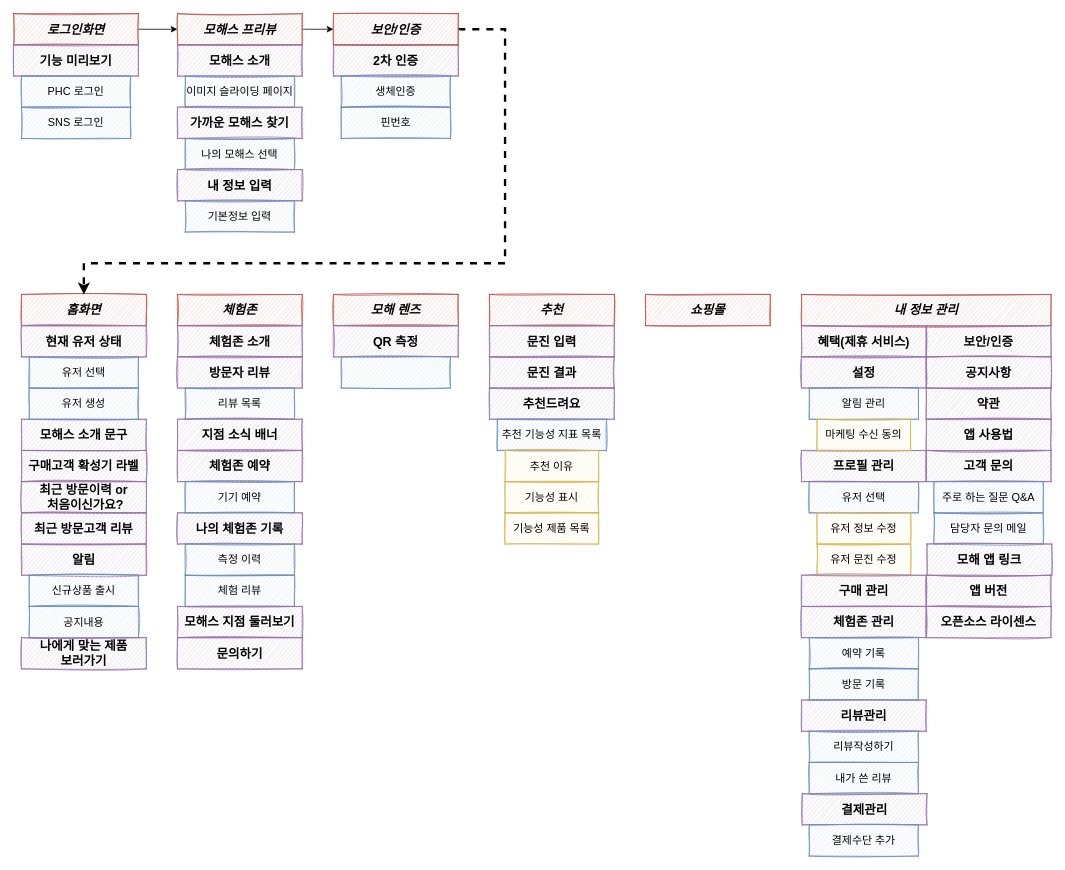
Before: page "V1 메뉴구조도 (전체)" (2 of 6) of 제목 없는 다이어그램.drawio in wonju5332/TIL, a draw.io diagram. Source tidied: cells renumbered, new cells numbered last; positions are measured from the earlier drawing's top-left corner, leaving out a move shared by most shapes. Both pictures are drawn from the tidied source at 78%, with x=0, y=0 at pixel (13, 13).
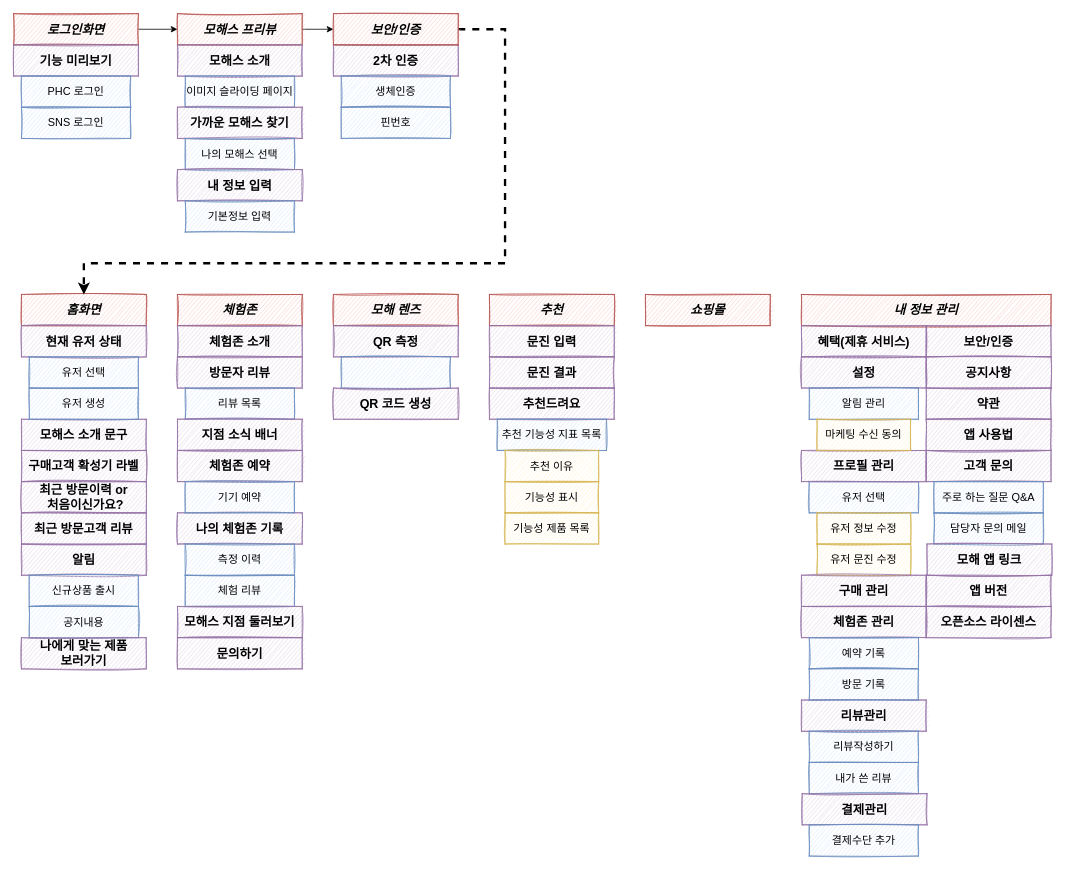
The same diagram, later.

Change to the diagram source:
```diff
@@
+    <mxCell id="84" value="QR 코드 생성" style="whiteSpace=wrap;html=1;rounded=0;sketch=1;glass=0;fillColor=#e1d5e7;strokeColor=#9673a6;fontSize=16;fontStyle=1;" parent="1" vertex="1">
+      <mxGeometry x="410" y="480" width="160" height="40" as="geometry" />
+    </mxCell>
```
